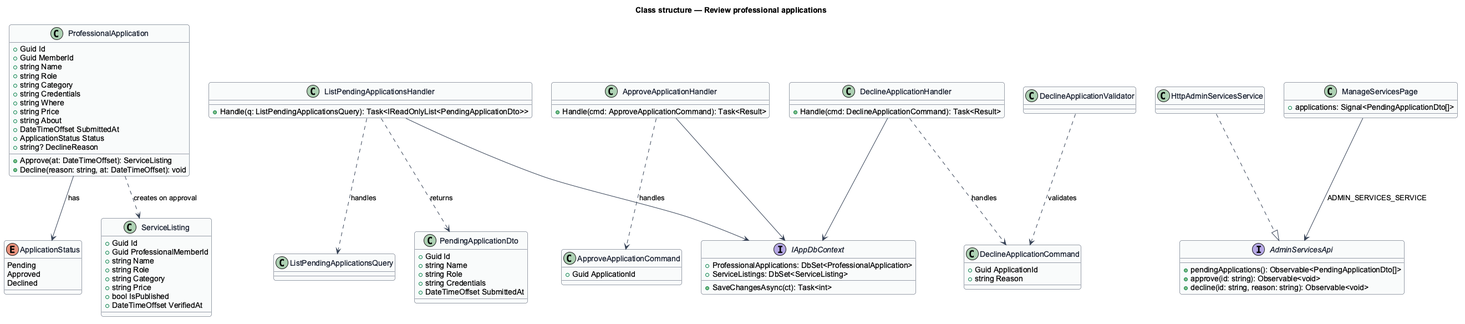
This is docs/detailed-designs/admin-services/review-applications/diagrams/class-structure.png from QuinntyneBrown/christian-fitness, a PlantUML export, as it was before one commit.
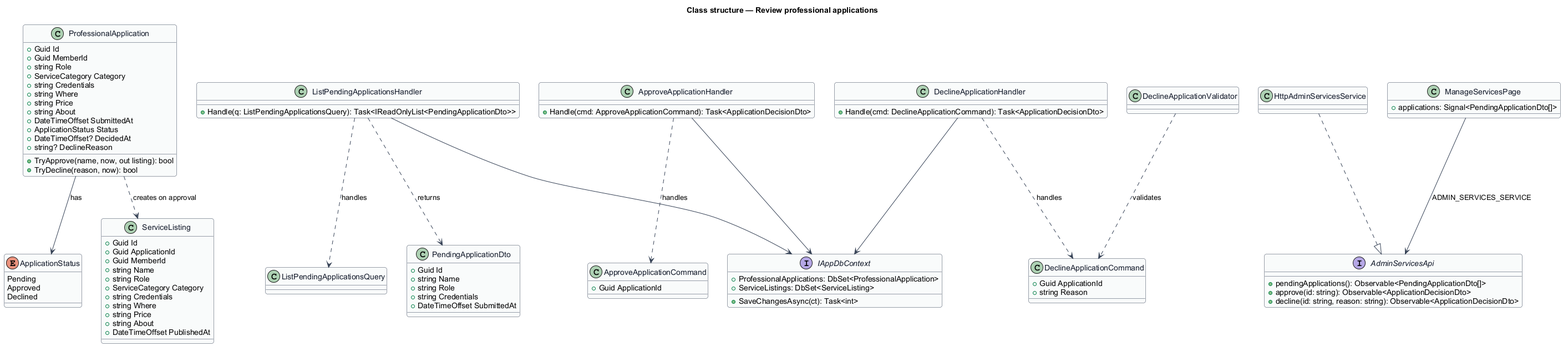
After the change.

The edit, as a diff of the source:
```diff
@@ -19,28 +19,31 @@
 class ProfessionalApplication {
   +Guid Id
   +Guid MemberId
-  +string Name
   +string Role
-  +string Category
+  +ServiceCategory Category
   +string Credentials
   +string Where
   +string Price
   +string About
   +DateTimeOffset SubmittedAt
   +ApplicationStatus Status
+  +DateTimeOffset? DecidedAt
   +string? DeclineReason
-  +Approve(at: DateTimeOffset): ServiceListing
-  +Decline(reason: string, at: DateTimeOffset): void
+  +TryApprove(name, now, out listing): bool
+  +TryDecline(reason, now): bool
 }
 class ServiceListing {
   +Guid Id
-  +Guid ProfessionalMemberId
+  +Guid ApplicationId
+  +Guid MemberId
   +string Name
   +string Role
-  +string Category
+  +ServiceCategory Category
+  +string Credentials
+  +string Where
   +string Price
-  +bool IsPublished
-  +DateTimeOffset VerifiedAt
+  +string About
+  +DateTimeOffset PublishedAt
 }
 class ListPendingApplicationsQuery
 class PendingApplicationDto {
@@ -59,10 +62,10 @@
 }
 class DeclineApplicationValidator
 class ApproveApplicationHandler {
-  +Handle(cmd: ApproveApplicationCommand): Task<Result>
+  +Handle(cmd: ApproveApplicationCommand): Task<ApplicationDecisionDto>
 }
 class DeclineApplicationHandler {
-  +Handle(cmd: DeclineApplicationCommand): Task<Result>
+  +Handle(cmd: DeclineApplicationCommand): Task<ApplicationDecisionDto>
 }
 class ListPendingApplicationsHandler {
   +Handle(q: ListPendingApplicationsQuery): Task<IReadOnlyList<PendingApplicationDto>>
@@ -74,8 +77,8 @@
 }
 interface AdminServicesApi {
   +pendingApplications(): Observable<PendingApplicationDto[]>
-  +approve(id: string): Observable<void>
-  +decline(id: string, reason: string): Observable<void>
+  +approve(id: string): Observable<ApplicationDecisionDto>
+  +decline(id: string, reason: string): Observable<ApplicationDecisionDto>
 }
 class HttpAdminServicesService
 class ManageServicesPage {
```
